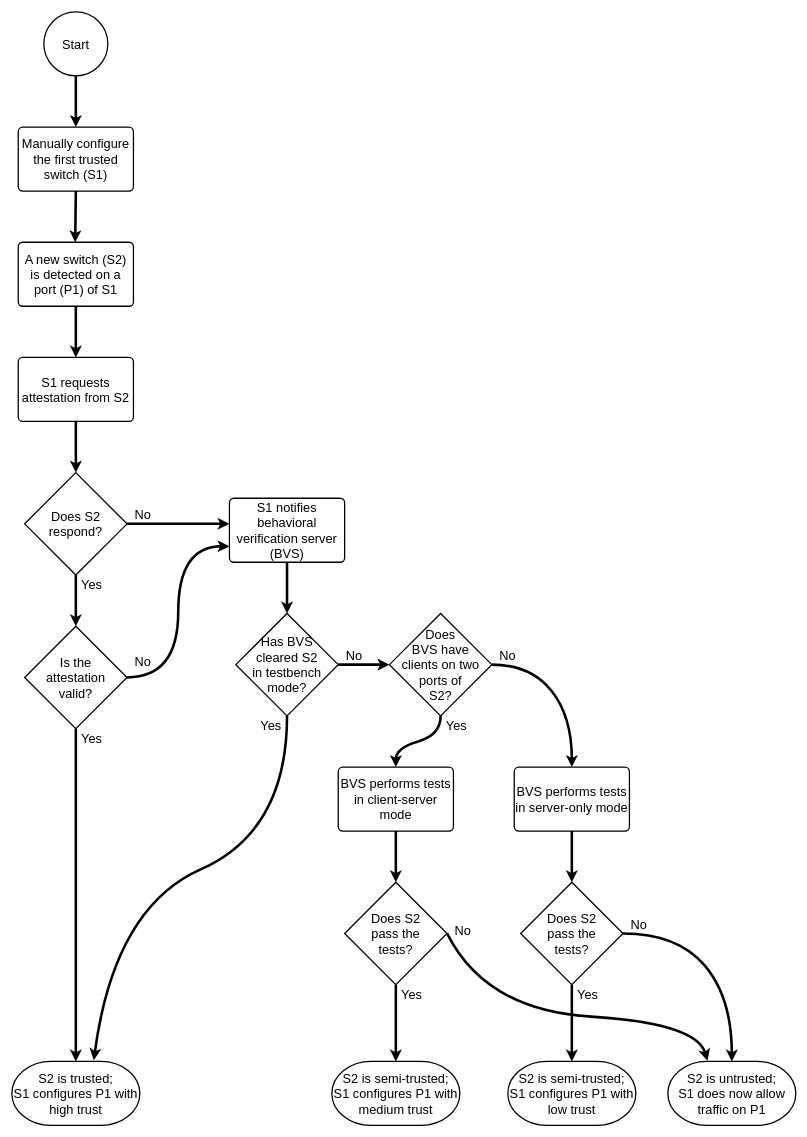
The draw.io diagram images/switch-addition.drawio in kkredit/rogue-switch-detection-paper, before the edit. Source tidied: cells renumbered, new cells numbered last; positions are measured from the earlier drawing's top-left corner, leaving out a move shared by most shapes. Both pictures are drawn from the tidied source at 64%, with x=0, y=0 at pixel (12, 12).
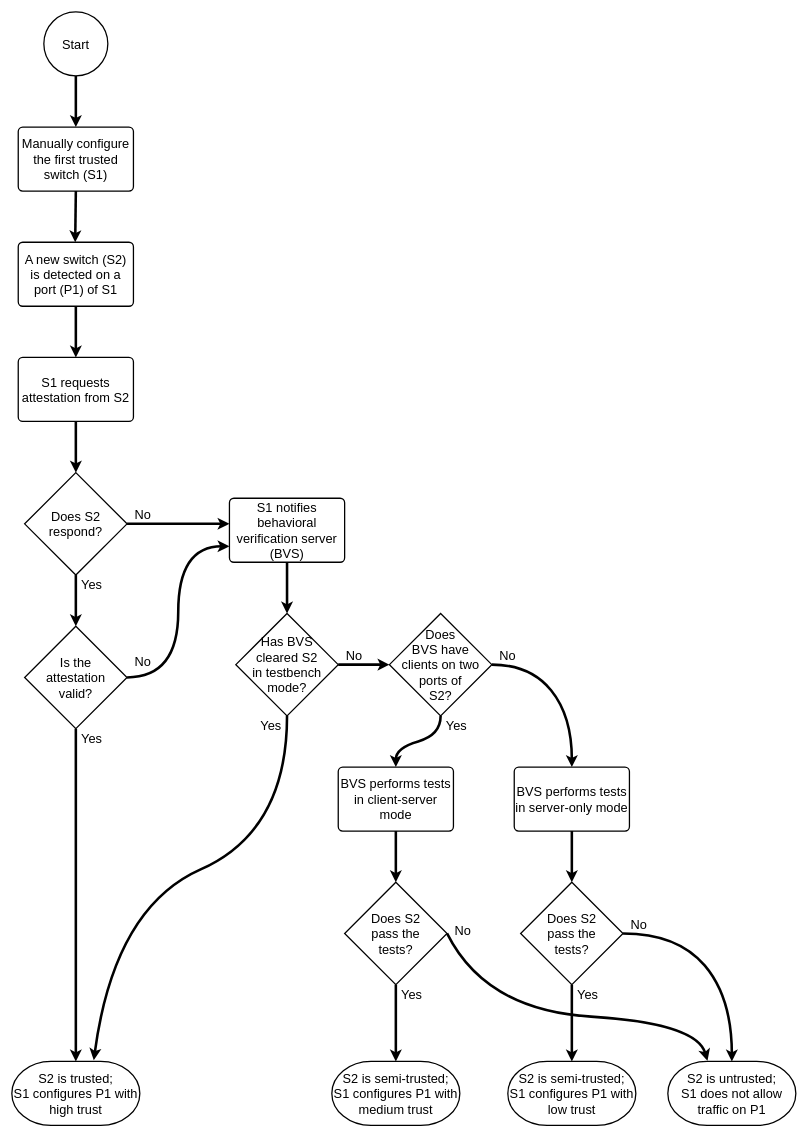
After the change.

Commit message (it also covers changes not shown here):
Fix a typo in the flowchart

The edit, as a diff of the source:
```diff
@@
-    <mxCell id="42" value="&lt;font style=&quot;font-size: 20px&quot;&gt;S2 is untrusted;&lt;br&gt;S1 does now allow traffic on P1&lt;/font&gt;" style="strokeWidth=2;html=1;shape=mxgraph.flowchart.terminator;whiteSpace=wrap;" parent="1" vertex="1">
+    <mxCell id="42" value="&lt;font style=&quot;font-size: 20px&quot;&gt;S2 is untrusted;&lt;br&gt;S1 does not allow traffic on P1&lt;/font&gt;" style="strokeWidth=2;html=1;shape=mxgraph.flowchart.terminator;whiteSpace=wrap;" parent="1" vertex="1">
       <mxGeometry x="1025" y="1640" width="200" height="100" as="geometry" />
     </mxCell>
```
